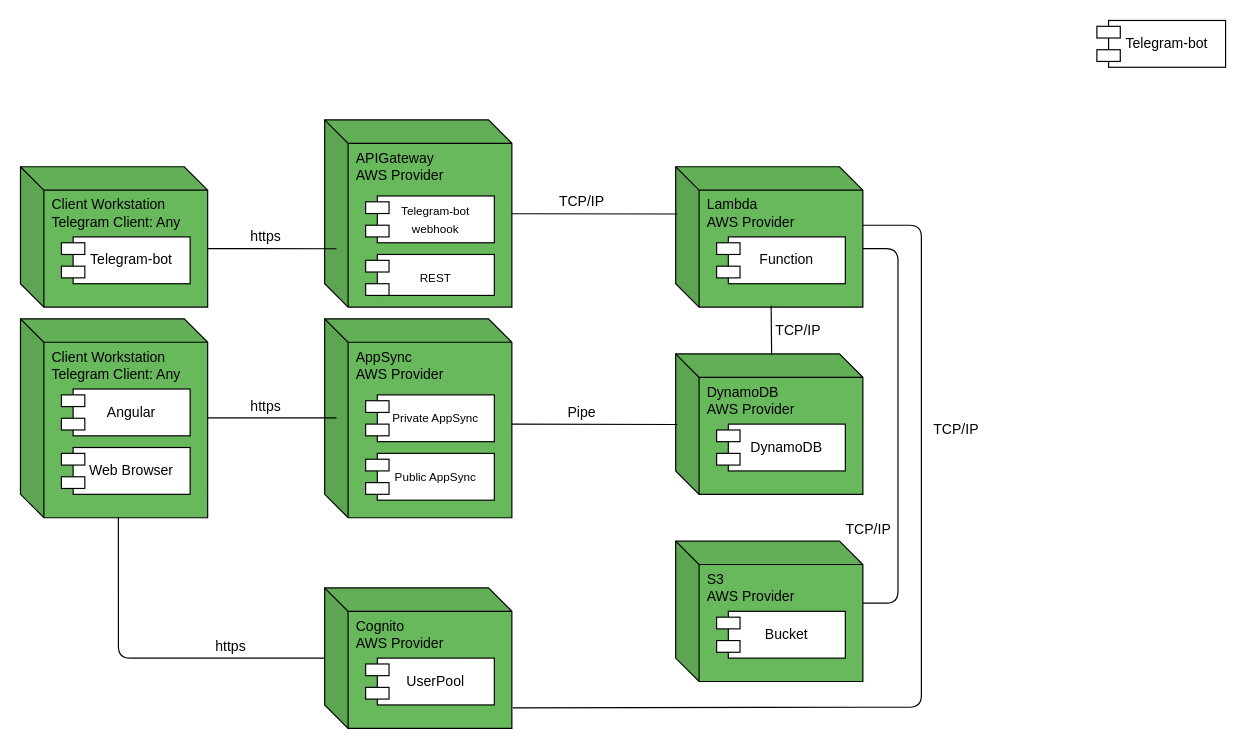
Earlier version of the draw.io diagram diagrams/diagram_1.drawio (Famin42/taphut-back). Source tidied: cells renumbered, new cells numbered last; positions are measured from the earlier drawing's top-left corner, leaving out a move shared by most shapes. Both pictures are drawn from the tidied source at 117%, with x=0, y=0 at pixel (20, 20).
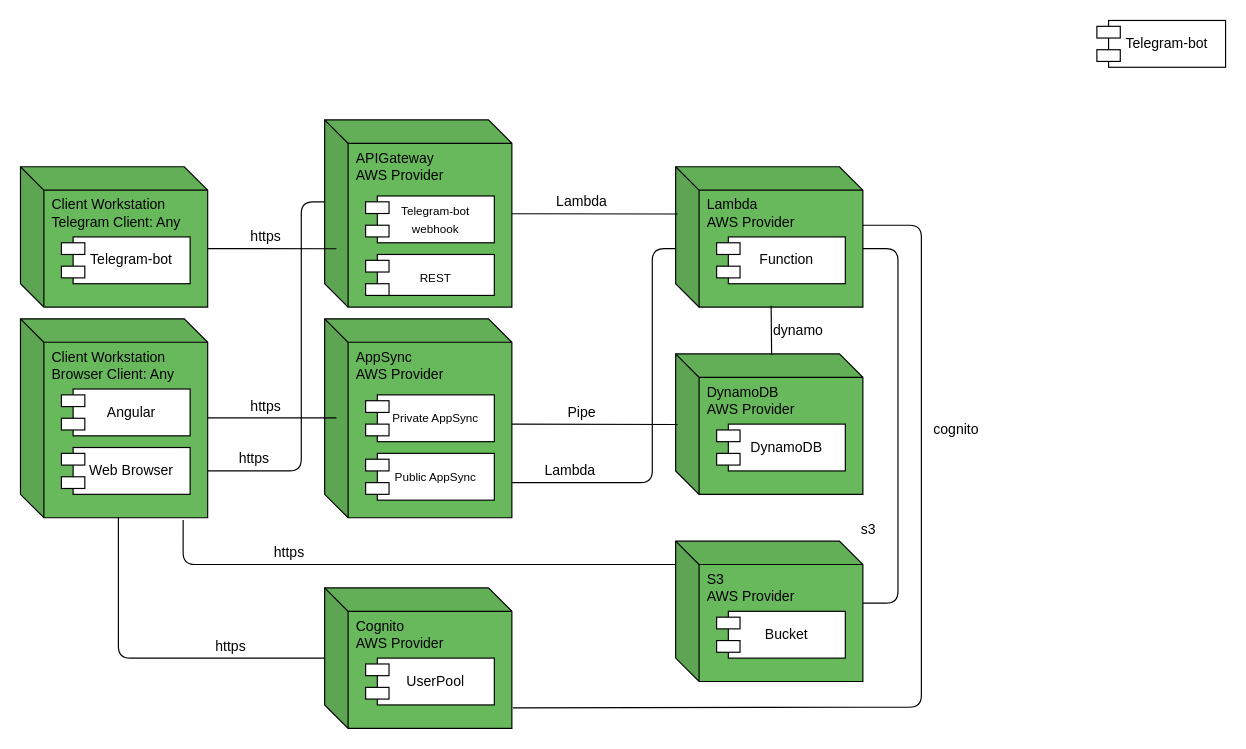
Above is the later version.

The change refers to these unchanged cells:
```xml
<mxCell id="10" style="shape=cube;whiteSpace=wrap;html=1;boundedLbl=1;backgroundOutline=1;darkOpacity=0.05;darkOpacity2=0.1;fillColor=#68B85C;" parent="1" vertex="1">
  <mxGeometry y="255" width="160" height="170" as="geometry" />
</mxCell>
<mxCell id="27" style="shape=cube;whiteSpace=wrap;html=1;boundedLbl=1;backgroundOutline=1;darkOpacity=0.05;darkOpacity2=0.1;fillColor=#68B85C;" parent="1" vertex="1">
  <mxGeometry x="260" y="255" width="160" height="170" as="geometry" />
</mxCell>
<mxCell id="39" style="shape=cube;whiteSpace=wrap;html=1;boundedLbl=1;backgroundOutline=1;darkOpacity=0.05;darkOpacity2=0.1;fillColor=#68B85C;" parent="1" vertex="1">
  <mxGeometry x="260" y="85" width="160" height="160" as="geometry" />
</mxCell>
<mxCell id="72" style="shape=cube;whiteSpace=wrap;html=1;boundedLbl=1;backgroundOutline=1;darkOpacity=0.05;darkOpacity2=0.1;fillColor=#68B85C;" parent="1" vertex="1">
  <mxGeometry x="560" y="445" width="160" height="120" as="geometry" />
</mxCell>
```

The edit, as a diff of the source:
```diff
@@
     <mxCell id="4" value="&lt;font color=&quot;#030303&quot;&gt;&lt;br&gt;&lt;/font&gt;" style="text;html=1;strokeColor=none;fillColor=none;align=left;verticalAlign=middle;whiteSpace=wrap;rounded=0;" parent="1" vertex="1">
-      <mxGeometry x="310" y="205" width="130" height="20" as="geometry" />
+      <mxGeometry x="310" y="205" width="70" height="20" as="geometry" />
     </mxCell>
@@
-    <mxCell id="11" value="&lt;font color=&quot;#030303&quot;&gt;Client Workstation&lt;br&gt;Telegram Client: Any&lt;br&gt;&lt;/font&gt;" style="text;html=1;strokeColor=none;fillColor=none;align=left;verticalAlign=middle;whiteSpace=wrap;rounded=0;" parent="1" vertex="1">
+    <mxCell id="11" value="&lt;font color=&quot;#030303&quot;&gt;Client Workstation&lt;br&gt;Browser Client: Any&lt;br&gt;&lt;/font&gt;" style="text;html=1;strokeColor=none;fillColor=none;align=left;verticalAlign=middle;whiteSpace=wrap;rounded=0;" parent="1" vertex="1">
       <mxGeometry x="25" y="285" width="130" height="20" as="geometry" />
     </mxCell>
@@
-    <mxCell id="86" value="TCP/IP" style="text;html=1;strokeColor=none;fillColor=none;align=center;verticalAlign=middle;whiteSpace=wrap;rounded=0;fontColor=#030303;" parent="1" vertex="1">
+    <mxCell id="86" value="Lambda" style="text;html=1;strokeColor=none;fillColor=none;align=center;verticalAlign=middle;whiteSpace=wrap;rounded=0;fontColor=#030303;" parent="1" vertex="1">
       <mxGeometry x="460" y="145" width="40" height="20" as="geometry" />
     </mxCell>
@@
-    <mxCell id="88" value="TCP/IP" style="text;html=1;strokeColor=none;fillColor=none;align=center;verticalAlign=middle;whiteSpace=wrap;rounded=0;fontColor=#030303;" parent="1" vertex="1">
+    <mxCell id="88" value="dynamo" style="text;html=1;strokeColor=none;fillColor=none;align=center;verticalAlign=middle;whiteSpace=wrap;rounded=0;fontColor=#030303;" parent="1" vertex="1">
       <mxGeometry x="645" y="255" width="40" height="20" as="geometry" />
     </mxCell>
@@
-    <mxCell id="92" value="TCP/IP" style="text;html=1;strokeColor=none;fillColor=none;align=center;verticalAlign=middle;whiteSpace=wrap;rounded=0;fontColor=#030303;" parent="1" vertex="1">
+    <mxCell id="92" value="s3" style="text;html=1;strokeColor=none;fillColor=none;align=center;verticalAlign=middle;whiteSpace=wrap;rounded=0;fontColor=#030303;" parent="1" vertex="1">
       <mxGeometry x="705" y="425" width="40" height="20" as="geometry" />
     </mxCell>
@@
-    <mxCell id="94" value="TCP/IP" style="text;html=1;strokeColor=none;fillColor=none;align=center;verticalAlign=middle;whiteSpace=wrap;rounded=0;fontColor=#030303;" parent="1" vertex="1">
+    <mxCell id="94" value="cognito" style="text;html=1;strokeColor=none;fillColor=none;align=center;verticalAlign=middle;whiteSpace=wrap;rounded=0;fontColor=#030303;" parent="1" vertex="1">
       <mxGeometry x="780" y="340" width="40" height="20" as="geometry" />
     </mxCell>
+    <mxCell id="95" style="endArrow=none;html=1;strokeColor=#000000;fontColor=#030303;edgeStyle=orthogonalEdgeStyle;entryX=0;entryY=0;entryDx=0;entryDy=70;entryPerimeter=0;" parent="1" edge="1" source="10" target="39">
+      <mxGeometry relative="1" as="geometry">
+        <Array as="points">
+          <mxPoint x="240" y="385" />
+          <mxPoint x="240" y="155" />
+        </Array>
+      </mxGeometry>
+    </mxCell>
+    <mxCell id="96" value="https" style="text;html=1;strokeColor=none;fillColor=none;align=center;verticalAlign=middle;whiteSpace=wrap;rounded=0;fontColor=#030303;" parent="1" vertex="1">
+      <mxGeometry x="180" y="365" width="40" height="20" as="geometry" />
+    </mxCell>
+    <mxCell id="97" style="endArrow=none;html=1;strokeColor=#000000;fontColor=#030303;edgeStyle=orthogonalEdgeStyle;entryX=0;entryY=0;entryDx=0;entryDy=70;entryPerimeter=0;" parent="1" edge="1" source="27">
+      <mxGeometry relative="1" as="geometry">
+        <mxPoint x="560" y="195" as="targetPoint" />
+        <Array as="points">
+          <mxPoint x="540" y="395" />
+          <mxPoint x="540" y="195" />
+        </Array>
+      </mxGeometry>
+    </mxCell>
+    <mxCell id="98" value="Lambda" style="text;html=1;strokeColor=none;fillColor=none;align=center;verticalAlign=middle;whiteSpace=wrap;rounded=0;fontColor=#030303;" parent="1" vertex="1">
+      <mxGeometry x="450" y="375" width="40" height="20" as="geometry" />
+    </mxCell>
+    <mxCell id="99" style="endArrow=none;html=1;strokeColor=#000000;fontColor=#030303;edgeStyle=orthogonalEdgeStyle;exitX=0.869;exitY=1.012;exitDx=0;exitDy=0;exitPerimeter=0;" parent="1" edge="1" source="10" target="72">
+      <mxGeometry relative="1" as="geometry">
+        <Array as="points">
+          <mxPoint x="139" y="465" />
+        </Array>
+      </mxGeometry>
+    </mxCell>
+    <mxCell id="100" value="https" style="text;html=1;strokeColor=none;fillColor=none;align=center;verticalAlign=middle;whiteSpace=wrap;rounded=0;fontColor=#030303;" parent="1" vertex="1">
+      <mxGeometry x="210" y="445" width="40" height="20" as="geometry" />
+    </mxCell>
```
